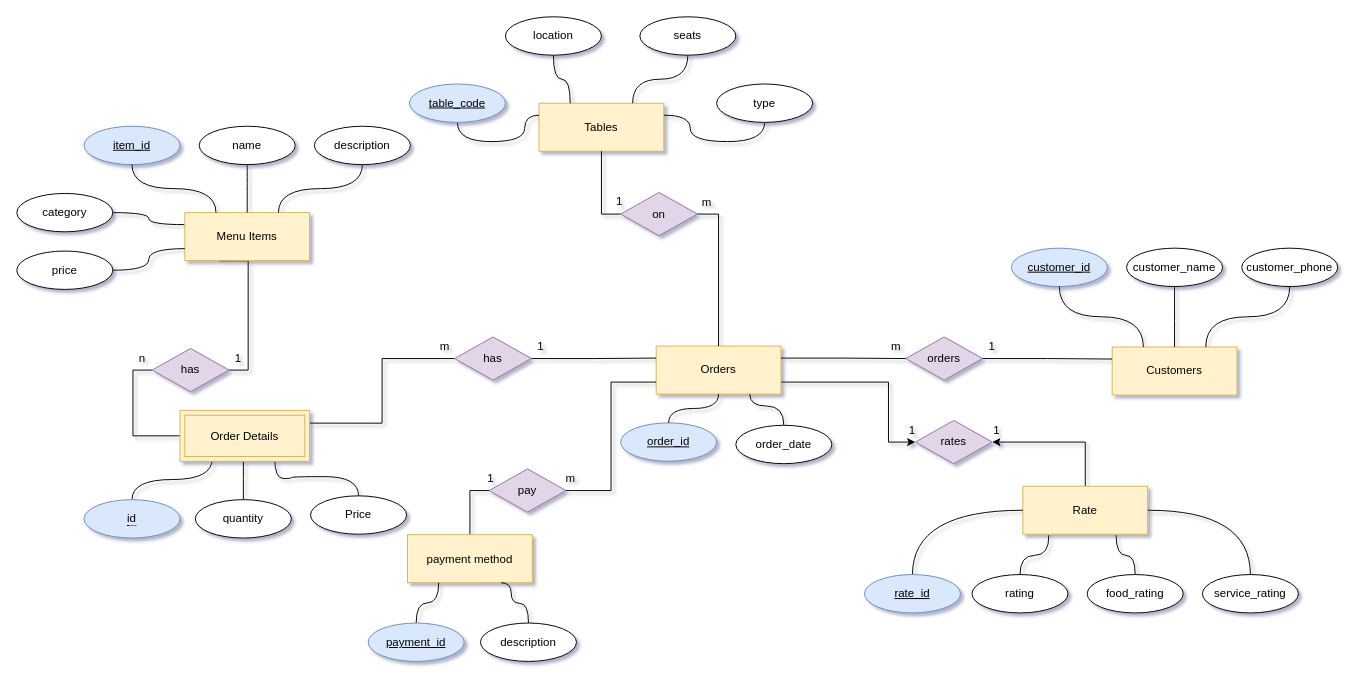
The draw.io diagram ER_diagram.drawio in Mohammed-Abed-Alkareem/Restaurant-Management, before the edit. Source tidied: cells renumbered, new cells numbered last; positions are measured from the earlier drawing's top-left corner, leaving out a move shared by most shapes. Both pictures are drawn from the tidied source at 96%, with x=0, y=0 at pixel (16, 16).
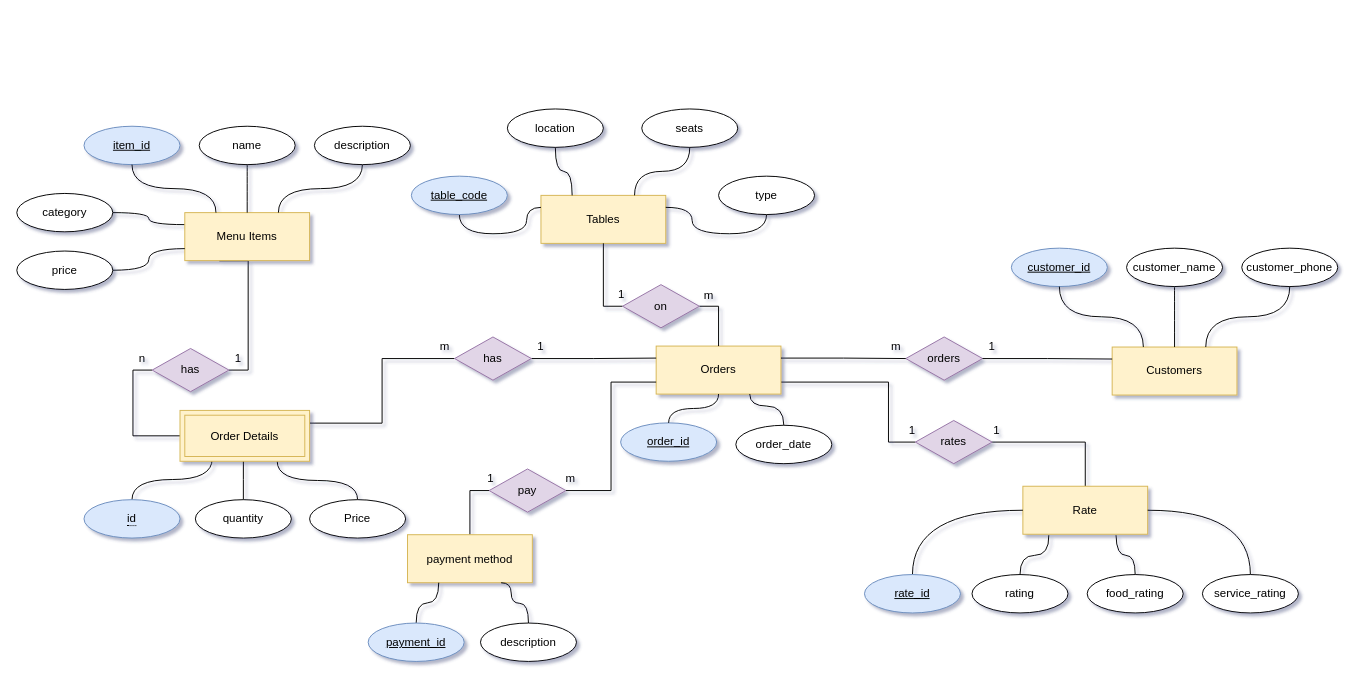
The same page after the edit.

The change refers to these unchanged cells:
```xml
<mxCell id="10" value="Orders" style="whiteSpace=wrap;html=1;align=center;fillColor=#fff2cc;strokeColor=#d6b656;" parent="1" vertex="1">
  <mxGeometry x="666" y="343" width="130" height="50" as="geometry" />
</mxCell>
<mxCell id="60" value="Order Details" style="shape=ext;margin=3;double=1;whiteSpace=wrap;html=1;align=center;fillColor=#fff2cc;strokeColor=#d6b656;" parent="1" vertex="1">
  <mxGeometry x="170" y="410" width="135" height="53" as="geometry" />
</mxCell>
<mxCell id="63" value="Rate" style="whiteSpace=wrap;html=1;align=center;fillColor=#fff2cc;strokeColor=#d6b656;" parent="1" vertex="1">
  <mxGeometry x="1048" y="489" width="130" height="50" as="geometry" />
</mxCell>
<mxCell id="68" value="rates" style="shape=rhombus;perimeter=rhombusPerimeter;whiteSpace=wrap;html=1;align=center;fillColor=#e1d5e7;strokeColor=#9673a6;" parent="1" vertex="1">
  <mxGeometry x="936" y="420.5" width="80" height="45" as="geometry" />
</mxCell>
```

What changed in the source:
```diff
@@
-    <mxCell id="9" style="edgeStyle=orthogonalEdgeStyle;rounded=0;jettySize=auto;html=1;exitX=1;exitY=0.75;exitDx=0;exitDy=0;entryX=0;entryY=0.5;entryDx=0;entryDy=0;" parent="1" edge="1" source="10" target="68">
+    <mxCell id="9" style="edgeStyle=orthogonalEdgeStyle;rounded=0;jettySize=auto;html=1;exitX=1;exitY=0.75;exitDx=0;exitDy=0;entryX=0;entryY=0.5;entryDx=0;entryDy=0;endArrow=none;endFill=0;" parent="1" edge="1" source="10" target="68">
       <mxGeometry relative="1" as="geometry">
         <Array as="points">
           <mxPoint x="908" y="381" />
           <mxPoint x="908" y="443" />
         </Array>
       </mxGeometry>
     </mxCell>
@@
-    <mxCell id="27" style="edgeStyle=orthogonalEdgeStyle;rounded=0;jettySize=auto;html=1;exitX=0.5;exitY=0;exitDx=0;exitDy=0;entryX=0.75;entryY=1;entryDx=0;entryDy=0;curved=1;endArrow=none;endFill=0;" parent="1" edge="1" source="28">
-      <mxGeometry relative="1" as="geometry">
-        <mxPoint x="268.5" y="460" as="targetPoint" />
-      </mxGeometry>
-    </mxCell>
+    <mxCell id="85" style="edgeStyle=orthogonalEdgeStyle;rounded=0;jettySize=auto;html=1;exitX=0.5;exitY=0;exitDx=0;exitDy=0;entryX=0.75;entryY=1;entryDx=0;entryDy=0;curved=1;endArrow=none;endFill=0;" parent="1" edge="1" source="28" target="60">
+      <mxGeometry relative="1" as="geometry" />
+    </mxCell>
     <mxCell id="28" value="Price" style="ellipse;whiteSpace=wrap;html=1;align=center;" parent="1" vertex="1">
-      <mxGeometry x="306" y="499" width="100" height="40" as="geometry" />
+      <mxGeometry x="305" y="503" width="100" height="40" as="geometry" />
     </mxCell>
@@
     <mxCell id="46" value="Tables" style="whiteSpace=wrap;html=1;align=center;fillColor=#fff2cc;strokeColor=#d6b656;" parent="1" vertex="1">
-      <mxGeometry x="544" y="90" width="130" height="50" as="geometry" />
+      <mxGeometry x="546" y="186" width="130" height="50" as="geometry" />
     </mxCell>
@@
     <mxCell id="48" value="table_code" style="ellipse;whiteSpace=wrap;html=1;align=center;fontStyle=4;fillColor=#dae8fc;strokeColor=#6c8ebf;" parent="1" vertex="1">
-      <mxGeometry x="409" y="70" width="100" height="40" as="geometry" />
+      <mxGeometry x="411" y="166" width="100" height="40" as="geometry" />
     </mxCell>
@@
     <mxCell id="50" value="location" style="ellipse;whiteSpace=wrap;html=1;align=center;" parent="1" vertex="1">
-      <mxGeometry x="509" width="100" height="40" as="geometry" />
+      <mxGeometry x="511" y="96" width="100" height="40" as="geometry" />
     </mxCell>
@@
     <mxCell id="52" value="seats" style="ellipse;whiteSpace=wrap;html=1;align=center;" parent="1" vertex="1">
-      <mxGeometry x="649" width="100" height="40" as="geometry" />
+      <mxGeometry x="651" y="96" width="100" height="40" as="geometry" />
     </mxCell>
@@
     <mxCell id="54" value="type" style="ellipse;whiteSpace=wrap;html=1;align=center;" parent="1" vertex="1">
-      <mxGeometry x="729" y="70" width="100" height="40" as="geometry" />
+      <mxGeometry x="731" y="166" width="100" height="40" as="geometry" />
     </mxCell>
@@
     <mxCell id="57" value="on" style="shape=rhombus;perimeter=rhombusPerimeter;whiteSpace=wrap;html=1;align=center;fillColor=#e1d5e7;strokeColor=#9673a6;" parent="1" vertex="1">
-      <mxGeometry x="629" y="183" width="80" height="45" as="geometry" />
+      <mxGeometry x="631" y="279" width="80" height="45" as="geometry" />
     </mxCell>
     <mxCell id="58" value="1" style="text;html=1;strokeColor=none;fillColor=none;align=center;verticalAlign=middle;whiteSpace=wrap;rounded=0;" parent="1" vertex="1">
-      <mxGeometry x="618" y="183" width="20" height="20" as="geometry" />
+      <mxGeometry x="620" y="279" width="20" height="20" as="geometry" />
     </mxCell>
     <mxCell id="59" value="m" style="text;html=1;strokeColor=none;fillColor=none;align=center;verticalAlign=middle;whiteSpace=wrap;rounded=0;" parent="1" vertex="1">
-      <mxGeometry x="709" y="184" width="20" height="20" as="geometry" />
+      <mxGeometry x="711" y="280" width="20" height="20" as="geometry" />
     </mxCell>
@@
-    <mxCell id="62" style="edgeStyle=orthogonalEdgeStyle;rounded=0;jettySize=auto;html=1;exitX=0.5;exitY=0;exitDx=0;exitDy=0;entryX=1;entryY=0.5;entryDx=0;entryDy=0;" parent="1" edge="1" source="63" target="68">
+    <mxCell id="62" style="edgeStyle=orthogonalEdgeStyle;rounded=0;jettySize=auto;html=1;exitX=0.5;exitY=0;exitDx=0;exitDy=0;entryX=1;entryY=0.5;entryDx=0;entryDy=0;endArrow=none;endFill=0;" parent="1" edge="1" source="63" target="68">
       <mxGeometry relative="1" as="geometry" />
     </mxCell>
```
